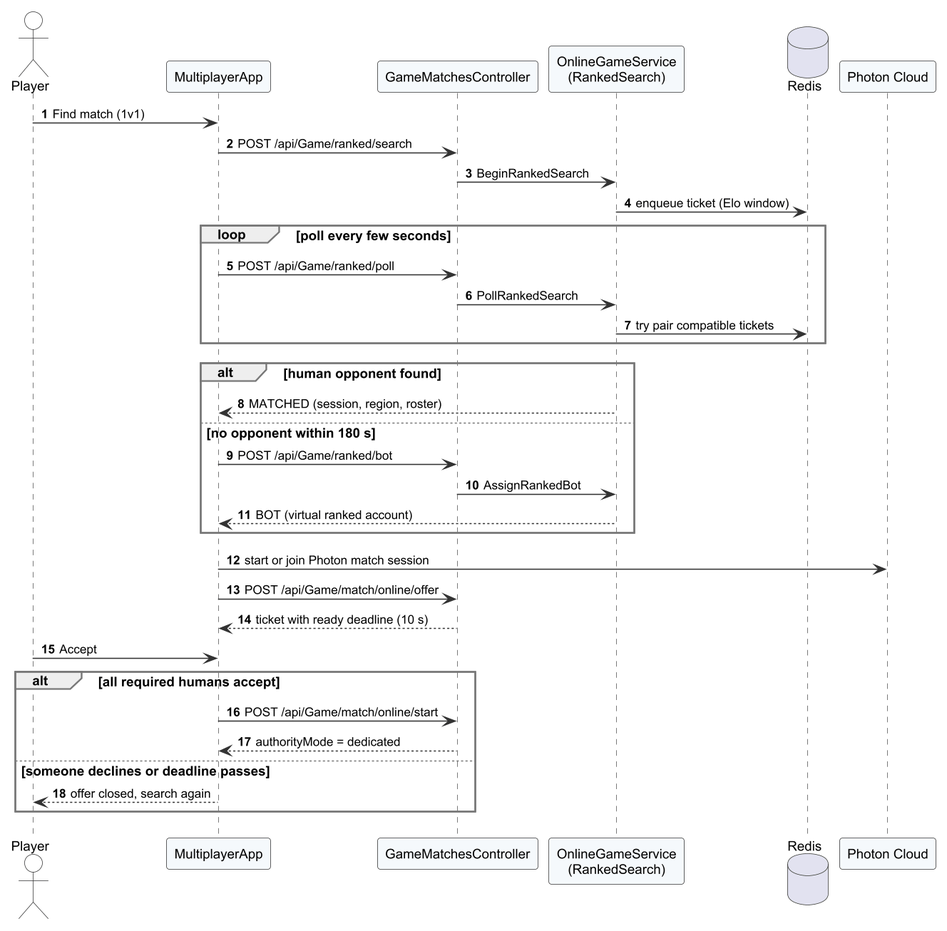
Earlier version of the PlantUML export Doc/Project_report/Report/diagrams/png/r4_seq_ranked.png (Tad-Min/PickleVerse).
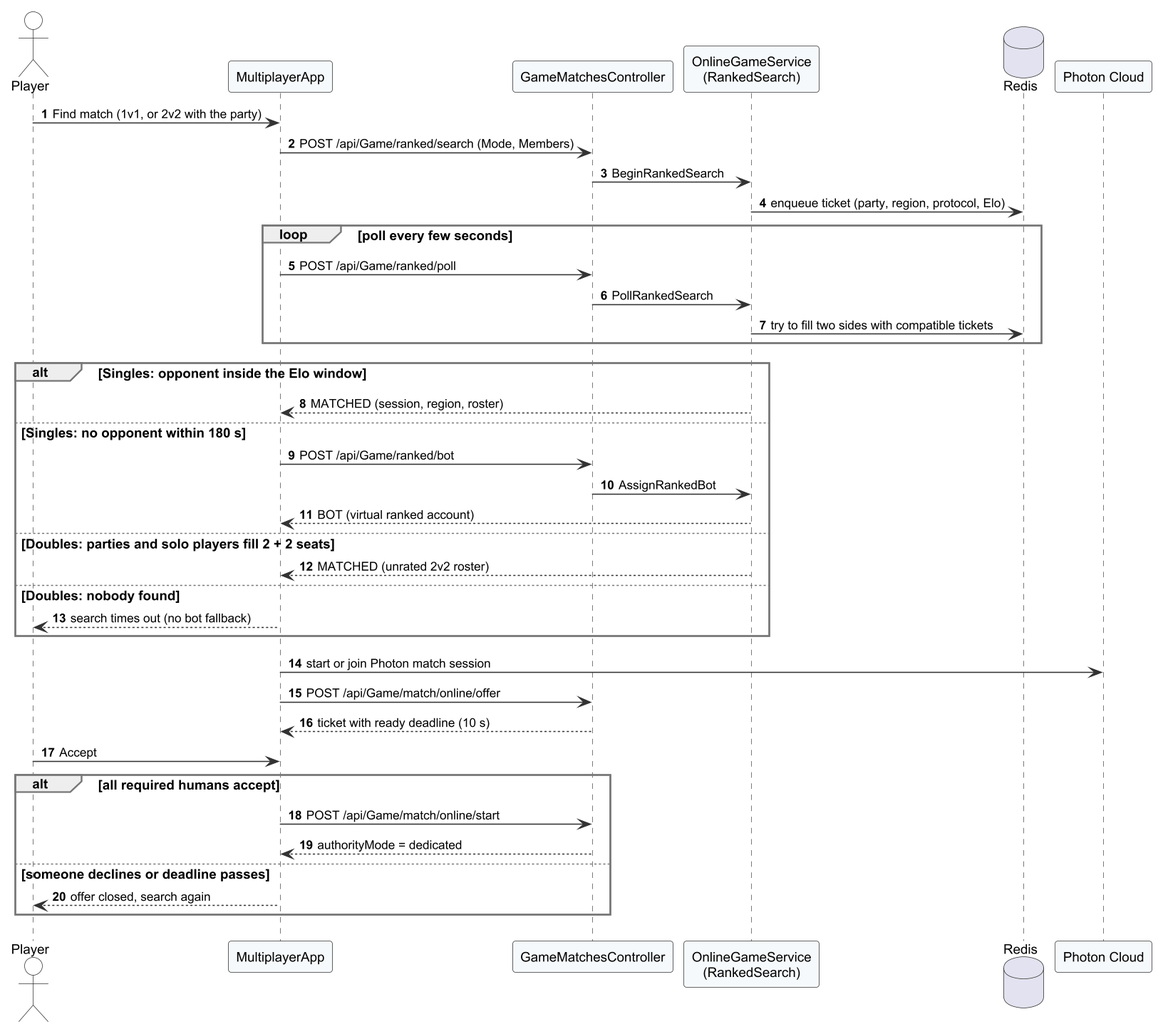
The same file after the commit.

What changed in the source:
```diff
@@ -9,21 +9,25 @@
 participant "OnlineGameService\n(RankedSearch)" as S
 database "Redis" as R
 participant "Photon Cloud" as P
-Player -> App : Find match (1v1)
-App -> C : POST /api/Game/ranked/search
+Player -> App : Find match (1v1, or 2v2 with the party)
+App -> C : POST /api/Game/ranked/search (Mode, Members)
 C -> S : BeginRankedSearch
-S -> R : enqueue ticket (Elo window)
+S -> R : enqueue ticket (party, region, protocol, Elo)
 loop poll every few seconds
   App -> C : POST /api/Game/ranked/poll
   C -> S : PollRankedSearch
-  S -> R : try pair compatible tickets
+  S -> R : try to fill two sides with compatible tickets
 end
-alt human opponent found
+alt Singles: opponent inside the Elo window
   S --> App : MATCHED (session, region, roster)
-else no opponent within 180 s
+else Singles: no opponent within 180 s
   App -> C : POST /api/Game/ranked/bot
   C -> S : AssignRankedBot
   S --> App : BOT (virtual ranked account)
+else Doubles: parties and solo players fill 2 + 2 seats
+  S --> App : MATCHED (unrated 2v2 roster)
+else Doubles: nobody found
+  App --> Player : search times out (no bot fallback)
 end
 App -> P : start or join Photon match session
 App -> C : POST /api/Game/match/online/offer
```
